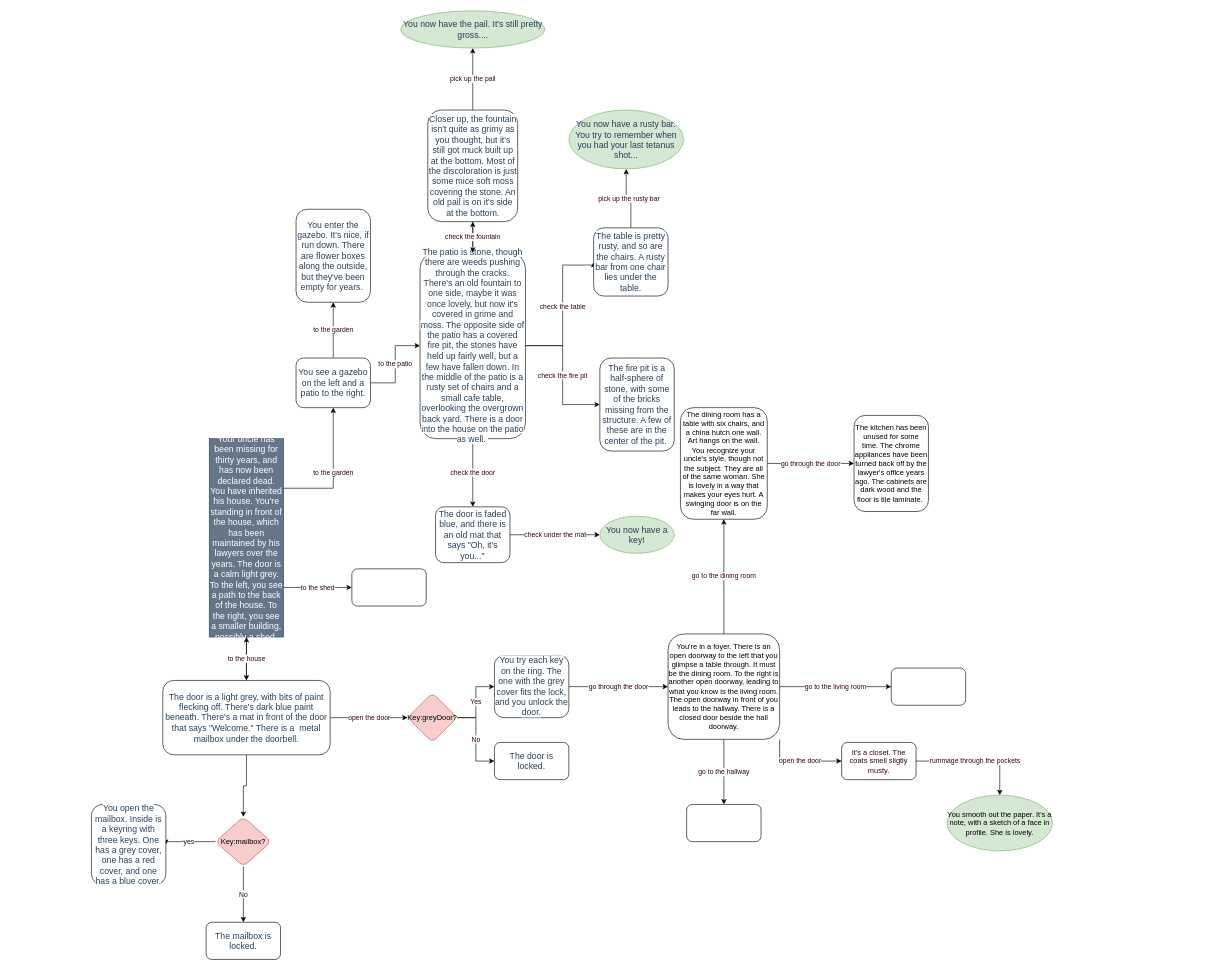
This is ProfileProjects/Backend/Section1/CYOAInheritance.drawio from mgmarlowe/Inheritance, a draw.io file, before an edit. Source tidied: cells renumbered, new cells numbered last; positions are measured from the earlier drawing's top-left corner, leaving out a move shared by most shapes. Both pictures are drawn from the tidied source at 62%, with x=0, y=0 at pixel (91, 11).
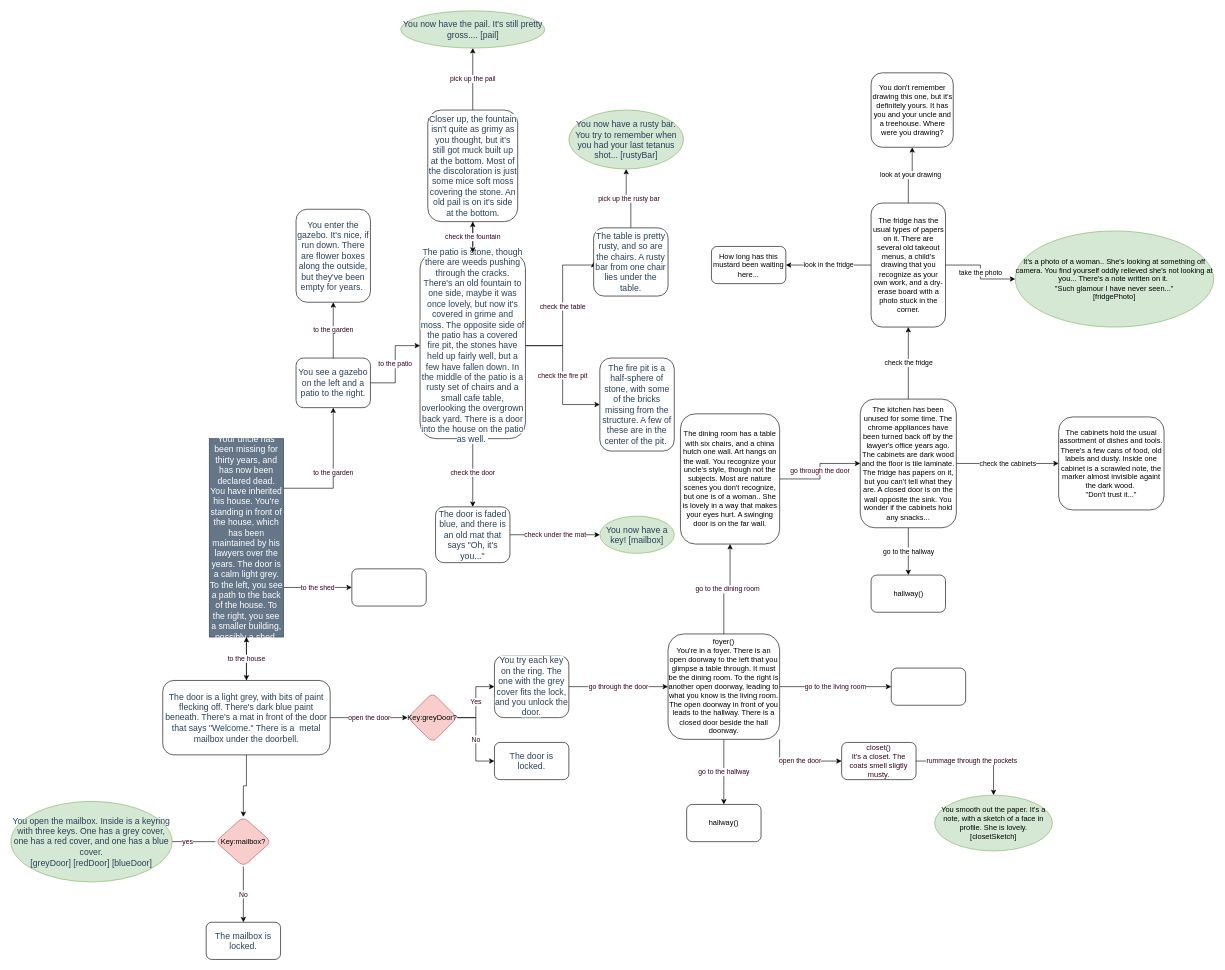
Above is the later version.

Change to the diagram source:
```diff
@@
-    <mxCell id="13" value="&lt;span style=&quot;color: rgb(40 , 64 , 89) ; font-family: &amp;#34;cerebri sans&amp;#34; ; font-size: 14px ; font-style: normal ; font-weight: 400 ; letter-spacing: normal ; text-align: center ; text-indent: 0px ; text-transform: none ; word-spacing: 0px ; background-color: rgb(255 , 255 , 255) ; display: inline ; float: none&quot;&gt;You open the mailbox. Inside is a keyring with three keys. One has a grey cover, one has a red cover, and one has a blue cover.&lt;/span&gt;" style="rounded=1;whiteSpace=wrap;html=1;fontColor=#33001A;strokeColor=#000000;gradientColor=#ffffff;" parent="1" vertex="1">
-      <mxGeometry y="1280" width="120" height="130" as="geometry" />
+    <mxCell id="13" value="&lt;span style=&quot;color: rgb(40 , 64 , 89) ; font-family: &amp;#34;cerebri sans&amp;#34; ; font-size: 14px ; font-style: normal ; font-weight: 400 ; letter-spacing: normal ; text-align: center ; text-indent: 0px ; text-transform: none ; word-spacing: 0px ; display: inline ; float: none&quot;&gt;You open the mailbox. Inside is a keyring with three keys. One has a grey cover, one has a red cover, and one has a blue cover.&lt;br&gt;[greyDoor] [redDoor] [blueDoor]&lt;br&gt;&lt;/span&gt;" style="ellipse;whiteSpace=wrap;html=1;strokeColor=#82b366;fillColor=#d5e8d4;" parent="1" vertex="1">
+      <mxGeometry x="-130" y="1275" width="260" height="130" as="geometry" />
     </mxCell>
@@
-    <mxCell id="25" value="You're in a foyer. There is an open doorway to the left that you glimpse a table through. It must be the dining room. To the right is another open doorway, leading to what you know is the living room. The open doorway in front of you leads to the hallway. There is a closed door beside the hall doorway." style="whiteSpace=wrap;html=1;rounded=1;" parent="1" vertex="1">
+    <mxCell id="25" value="foyer()&lt;br&gt;You're in a foyer. There is an open doorway to the left that you glimpse a table through. It must be the dining room. To the right is another open doorway, leading to what you know is the living room. The open doorway in front of you leads to the hallway. There is a closed door beside the hall doorway." style="whiteSpace=wrap;html=1;rounded=1;" parent="1" vertex="1">
       <mxGeometry x="930" y="1005" width="180" height="170" as="geometry" />
     </mxCell>
@@
-    <mxCell id="39" value="&lt;span style=&quot;color: rgb(40, 61, 89); font-family: &amp;quot;cerebri sans&amp;quot;; font-size: 14px;&quot;&gt;You now have the pail. It's still pretty gross....&lt;/span&gt;" style="ellipse;whiteSpace=wrap;html=1;rounded=1;fillColor=#d5e8d4;strokeColor=#82b366;" parent="1" vertex="1">
+    <mxCell id="39" value="&lt;span style=&quot;color: rgb(40 , 61 , 89) ; font-family: &amp;#34;cerebri sans&amp;#34; ; font-size: 14px&quot;&gt;You now have the pail. It's still pretty gross.... [pail]&lt;/span&gt;" style="ellipse;whiteSpace=wrap;html=1;rounded=1;fillColor=#d5e8d4;strokeColor=#82b366;" parent="1" vertex="1">
       <mxGeometry x="498.8" width="232.5" height="60" as="geometry" />
     </mxCell>
@@
-    <mxCell id="43" value="&lt;span style=&quot;color: rgb(40, 61, 89); font-family: &amp;quot;cerebri sans&amp;quot;; font-size: 14px; font-style: normal; font-weight: 400; letter-spacing: normal; text-align: center; text-indent: 0px; text-transform: none; word-spacing: 0px; display: inline; float: none;&quot;&gt;You now have a rusty bar. You try to remember when you had your last tetanus shot...&lt;/span&gt;" style="ellipse;whiteSpace=wrap;html=1;rounded=1;fillColor=#d5e8d4;strokeColor=#82b366;" parent="1" vertex="1">
+    <mxCell id="43" value="&lt;span style=&quot;color: rgb(40 , 61 , 89) ; font-family: &amp;#34;cerebri sans&amp;#34; ; font-size: 14px ; font-style: normal ; font-weight: 400 ; letter-spacing: normal ; text-align: center ; text-indent: 0px ; text-transform: none ; word-spacing: 0px ; display: inline ; float: none&quot;&gt;You now have a rusty bar. You try to remember when you had your last tetanus shot... [rustyBar]&lt;/span&gt;" style="ellipse;whiteSpace=wrap;html=1;rounded=1;fillColor=#d5e8d4;strokeColor=#82b366;" parent="1" vertex="1">
       <mxGeometry x="770" y="160" width="185" height="95" as="geometry" />
     </mxCell>
@@
-    <mxCell id="46" value="&lt;span style=&quot;color: rgb(40, 61, 89); font-family: &amp;quot;cerebri sans&amp;quot;; font-size: 14px; font-style: normal; font-weight: 400; letter-spacing: normal; text-align: center; text-indent: 0px; text-transform: none; word-spacing: 0px; display: inline; float: none;&quot;&gt;You now have a key!&lt;/span&gt;" style="ellipse;whiteSpace=wrap;html=1;rounded=1;fillColor=#d5e8d4;strokeColor=#82b366;" parent="1" vertex="1">
+    <mxCell id="46" value="&lt;span style=&quot;color: rgb(40 , 61 , 89) ; font-family: &amp;#34;cerebri sans&amp;#34; ; font-size: 14px ; font-style: normal ; font-weight: 400 ; letter-spacing: normal ; text-align: center ; text-indent: 0px ; text-transform: none ; word-spacing: 0px ; display: inline ; float: none&quot;&gt;You now have a key! [mailbox]&lt;/span&gt;" style="ellipse;whiteSpace=wrap;html=1;rounded=1;fillColor=#d5e8d4;strokeColor=#82b366;" parent="1" vertex="1">
       <mxGeometry x="820" y="815" width="120" height="60" as="geometry" />
     </mxCell>
@@
-    <mxCell id="48" value="The dining room has a table with six chairs, and a china hutch one wall. Art hangs on the wall. You recognize your uncle's style, though not the subject. They are all of the same woman. She is lovely in a way that makes your eyes hurt. A swinging door is on the far wall." style="rounded=1;whiteSpace=wrap;html=1;" parent="1" vertex="1">
-      <mxGeometry x="950" y="640" width="140" height="180" as="geometry" />
+    <mxCell id="48" value="The dining room has a table with six chairs, and a china hutch one wall. Art hangs on the wall. You recognize your uncle's style, though not the subjects. Most are nature scenes you don't recognize, but one is of a woman.. She is lovely in a way that makes your eyes hurt. A swinging door is on the far wall." style="rounded=1;whiteSpace=wrap;html=1;" parent="1" vertex="1">
+      <mxGeometry x="950" y="650" width="160" height="210" as="geometry" />
     </mxCell>
@@
-    <mxCell id="50" style="whiteSpace=wrap;html=1;rounded=1;" parent="1" vertex="1">
+    <mxCell id="50" value="hallway()&lt;br&gt;" style="whiteSpace=wrap;html=1;rounded=1;" parent="1" vertex="1">
       <mxGeometry x="960" y="1280" width="120" height="60" as="geometry" />
     </mxCell>
@@
-    <mxCell id="52" value="It's a closet. The coats smell sligtly musty." style="rounded=1;whiteSpace=wrap;html=1;fontColor=#33001A;strokeColor=#000000;gradientColor=#ffffff;" parent="1" vertex="1">
+    <mxCell id="52" value="closet()&lt;br&gt;It's a closet. The coats smell sligtly musty." style="rounded=1;whiteSpace=wrap;html=1;fontColor=#33001A;strokeColor=#000000;gradientColor=#ffffff;" parent="1" vertex="1">
       <mxGeometry x="1210" y="1180" width="120" height="60" as="geometry" />
     </mxCell>
-    <mxCell id="53" value="You smooth out the paper. It's a note, with a sketch of a face in profile. She is lovely." style="ellipse;whiteSpace=wrap;html=1;rounded=1;fillColor=#d5e8d4;strokeColor=#82b366;" parent="1" vertex="1">
-      <mxGeometry x="1380" y="1265" width="170" height="90" as="geometry" />
+    <mxCell id="53" value="You smooth out the paper. It's a note, with a sketch of a face in profile. She is lovely.&lt;br&gt;[closetSketch]" style="ellipse;whiteSpace=wrap;html=1;rounded=1;fillColor=#d5e8d4;strokeColor=#82b366;" parent="1" vertex="1">
+      <mxGeometry x="1360" y="1265" width="190" height="90" as="geometry" />
     </mxCell>
+    <mxCell id="55" value="check the fridge" style="edgeStyle=orthogonalEdgeStyle;rounded=0;jettySize=auto;html=1;" parent="1" edge="1" source="54" target="61">
+      <mxGeometry relative="1" as="geometry" />
+    </mxCell>
+    <mxCell id="56" value="check the cabinets" style="edgeStyle=orthogonalEdgeStyle;rounded=0;jettySize=auto;html=1;" parent="1" edge="1" source="54" target="65">
+      <mxGeometry relative="1" as="geometry" />
+    </mxCell>
+    <mxCell id="57" value="go to the hallway" style="edgeStyle=orthogonalEdgeStyle;rounded=0;jettySize=auto;html=1;" parent="1" edge="1" source="54" target="66">
+      <mxGeometry relative="1" as="geometry" />
+    </mxCell>
-    <mxCell id="54" value="The kitchen has been unused for some time. The chrome appliances have been turned back off by the lawyer's office years ago. The cabinets are dark wood and the floor is tile laminate.&amp;nbsp;" style="whiteSpace=wrap;html=1;rounded=1;" parent="1" vertex="1">
-      <mxGeometry x="1230" y="652.5" width="120" height="155" as="geometry" />
+    <mxCell id="54" value="The kitchen has been unused for some time. The chrome appliances have been turned back off by the lawyer's office years ago. The cabinets are dark wood and the floor is tile laminate. The fridge has papers on it, but you can't tell what they are. A closed door is on the wall opposite the sink. You wonder if the cabinets hold any snacks..." style="whiteSpace=wrap;html=1;rounded=1;direction=west;" parent="1" vertex="1">
+      <mxGeometry x="1240" y="626.2" width="155" height="207.5" as="geometry" />
     </mxCell>
+    <mxCell id="58" value="take the photo" style="edgeStyle=orthogonalEdgeStyle;rounded=0;jettySize=auto;html=1;" parent="1" edge="1" source="61" target="62">
+      <mxGeometry relative="1" as="geometry" />
+    </mxCell>
+    <mxCell id="59" value="look at your drawing" style="edgeStyle=orthogonalEdgeStyle;rounded=0;jettySize=auto;html=1;" parent="1" edge="1" source="61" target="63">
+      <mxGeometry relative="1" as="geometry" />
+    </mxCell>
+    <mxCell id="60" value="look in the fridge" style="edgeStyle=orthogonalEdgeStyle;rounded=0;jettySize=auto;html=1;" parent="1" edge="1" source="61" target="64">
+      <mxGeometry relative="1" as="geometry" />
+    </mxCell>
+    <mxCell id="61" value="The fridge has the usual types of papers on it. There are several old takeout menus, a child's drawing that you recognize as your own work, and a dry-erase board with a photo stuck in the corner." style="rounded=1;whiteSpace=wrap;html=1;" parent="1" vertex="1">
+      <mxGeometry x="1257.5" y="310" width="120" height="200" as="geometry" />
+    </mxCell>
+    <mxCell id="62" value="It's a photo of a woman.. She's looking at something off camera. You find yourself oddly relieved she's not looking at you... There's a note written on it.&amp;nbsp;&lt;br&gt;&quot;Such glamour I have never seen...&quot;&lt;br&gt;[fridgePhoto]" style="ellipse;whiteSpace=wrap;html=1;rounded=1;fillColor=#d5e8d4;strokeColor=#82b366;" parent="1" vertex="1">
+      <mxGeometry x="1490" y="355" width="320" height="155" as="geometry" />
+    </mxCell>
+    <mxCell id="63" value="You don't remember drawing this one, but it's definitely yours. It has you and your uncle and a treehouse. Where were you drawing?" style="whiteSpace=wrap;html=1;rounded=1;" parent="1" vertex="1">
+      <mxGeometry x="1257.5" y="100" width="132.5" height="120" as="geometry" />
+    </mxCell>
+    <mxCell id="64" value="How long has this mustard been waiting here..." style="whiteSpace=wrap;html=1;rounded=1;" parent="1" vertex="1">
+      <mxGeometry x="1000" y="380" width="120" height="60" as="geometry" />
+    </mxCell>
+    <mxCell id="65" value="The cabinets hold the usual assortment of dishes and tools. There's a few cans of food, old labels and dusty. Inside one cabinet is a scrawled note, the marker almost invisible againt the dark wood.&amp;nbsp;&lt;br&gt;&quot;Don't trust it...&quot;" style="whiteSpace=wrap;html=1;rounded=1;" parent="1" vertex="1">
+      <mxGeometry x="1560" y="655" width="170" height="150" as="geometry" />
+    </mxCell>
+    <mxCell id="66" value="hallway()" style="whiteSpace=wrap;html=1;rounded=1;" parent="1" vertex="1">
+      <mxGeometry x="1257.5" y="910" width="120" height="60" as="geometry" />
+    </mxCell>
```
